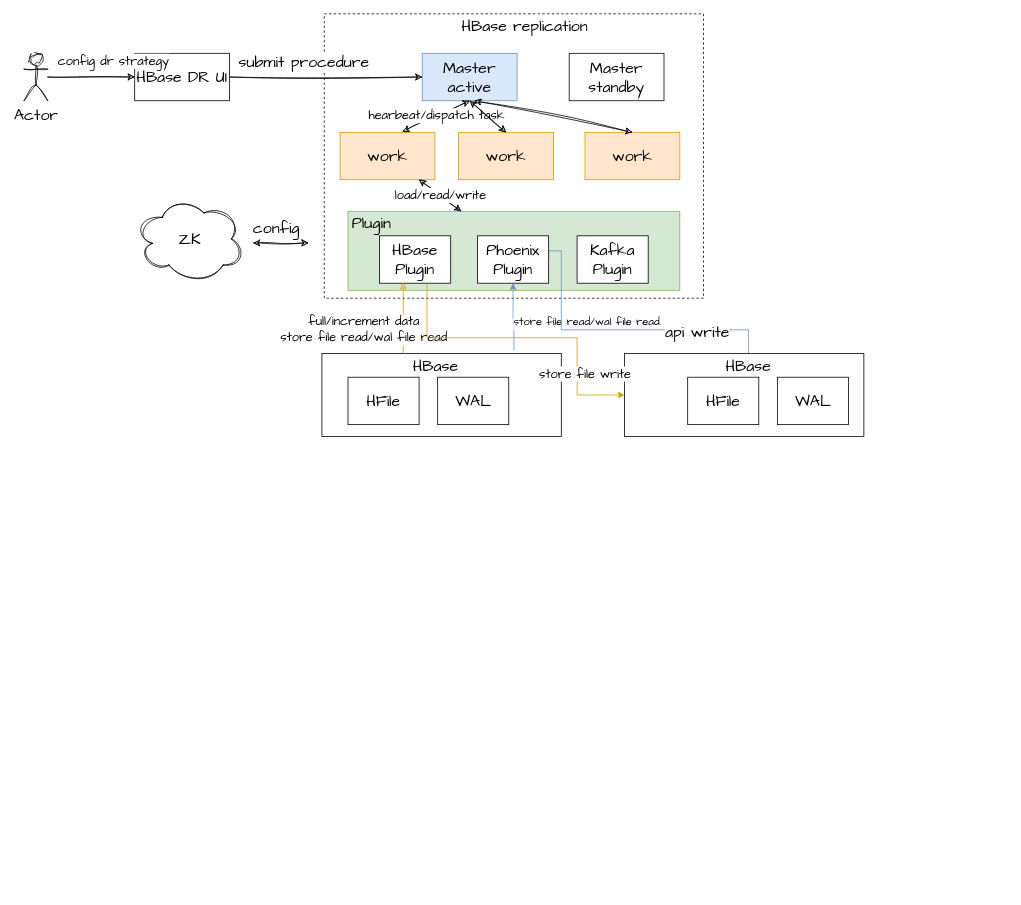
qiufang1314/drawio keeps this draw.io diagram as techlab/hbase dr.drawio. Above is the earlier version. Source tidied: cells renumbered, new cells numbered last; positions are measured from the earlier drawing's top-left corner, leaving out a move shared by most shapes. Both pictures are drawn from the tidied source at 79%, with x=0, y=0 at pixel (24, 13).
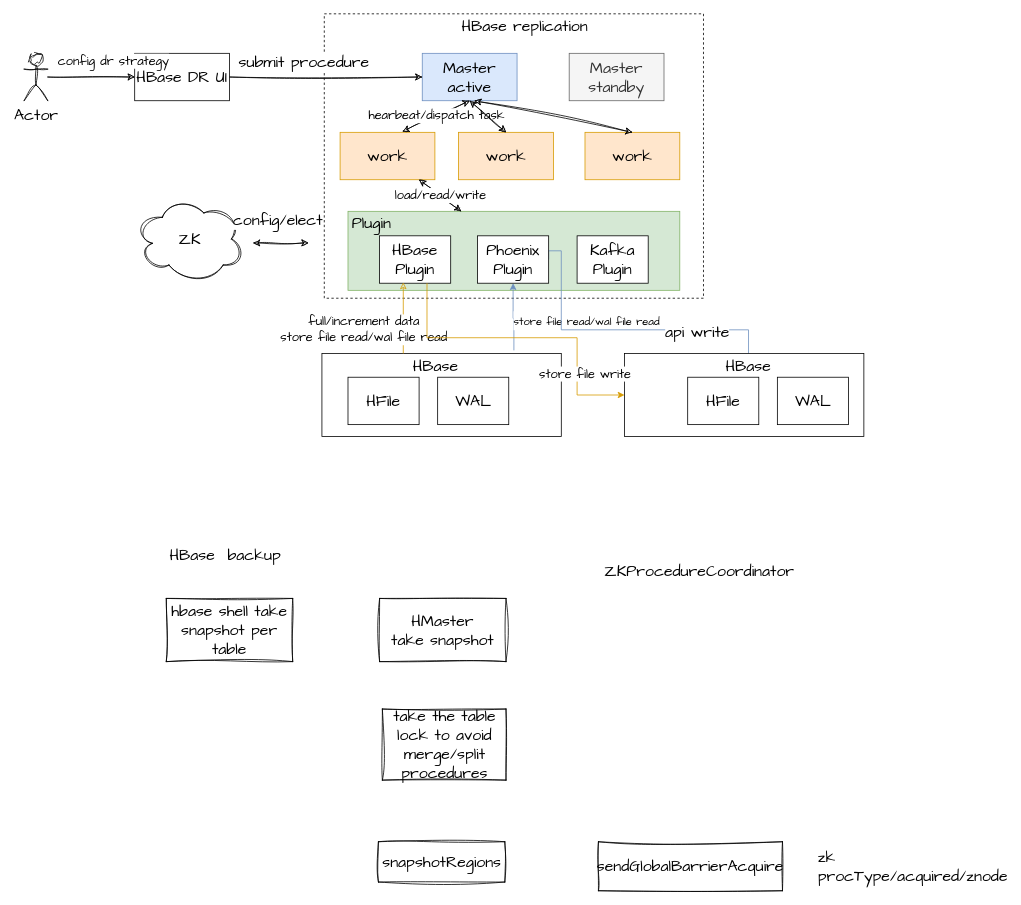
The same page after the edit.

Unchanged cells that the change refers to:
```xml
<mxCell id="24" style="endArrow=classic;startArrow=classic;html=1;rounded=0;sketch=1;hachureGap=4;jiggle=2;curveFitting=1;fontFamily=Architects Daughter;fontSize=16;" parent="1" edge="1">
  <mxGeometry relative="1" as="geometry">
    <mxPoint x="290" y="290" as="sourcePoint" />
    <mxPoint x="360" y="290" as="targetPoint" />
  </mxGeometry>
</mxCell>
```

What changed in the source:
```diff
@@
-    <mxCell id="4" value="Master standby" style="rounded=0;whiteSpace=wrap;html=1;hachureGap=4;fontFamily=Architects Daughter;fontSize=20;" parent="1" vertex="1">
+    <mxCell id="4" value="Master standby" style="rounded=0;whiteSpace=wrap;html=1;hachureGap=4;fontFamily=Architects Daughter;fontSize=20;fillColor=#f5f5f5;fontColor=#333333;strokeColor=#666666;" parent="1" vertex="1">
       <mxGeometry x="690" y="50" width="120" height="60" as="geometry" />
     </mxCell>
@@
-    <mxCell id="25" value="config" style="edgeLabel;html=1;align=center;verticalAlign=middle;fontSize=20;fontFamily=Architects Daughter;" parent="24" vertex="1">
+    <mxCell id="25" value="config/elect" style="edgeLabel;html=1;align=center;verticalAlign=middle;fontSize=20;fontFamily=Architects Daughter;" parent="24" vertex="1">
       <mxGeometry x="-0.09" y="-3" relative="1" as="geometry">
-        <mxPoint x="-4" y="-23" as="offset" />
+        <mxPoint x="-2" y="-33" as="offset" />
       </mxGeometry>
     </mxCell>
@@
+    <mxCell id="40" value="hbase shell take snapshot per table" style="rounded=0;whiteSpace=wrap;html=1;sketch=1;hachureGap=4;jiggle=2;curveFitting=1;fontFamily=Architects Daughter;fontSize=20;" parent="1" vertex="1">
+      <mxGeometry x="180" y="740" width="160" height="80" as="geometry" />
+    </mxCell>
+    <mxCell id="41" value="HMaster&lt;br&gt;take snapshot" style="rounded=0;whiteSpace=wrap;html=1;sketch=1;hachureGap=4;jiggle=2;curveFitting=1;fontFamily=Architects Daughter;fontSize=20;" parent="1" vertex="1">
+      <mxGeometry x="450" y="740" width="160" height="80" as="geometry" />
+    </mxCell>
+    <mxCell id="42" value="take the table lock to avoid merge/split procedures" style="rounded=0;whiteSpace=wrap;html=1;sketch=1;hachureGap=4;jiggle=2;curveFitting=1;fontFamily=Architects Daughter;fontSize=20;" parent="1" vertex="1">
+      <mxGeometry x="453.5" y="880" width="156.5" height="90" as="geometry" />
+    </mxCell>
+    <mxCell id="43" value="HBase &amp;nbsp;backup" style="text;html=1;strokeColor=none;fillColor=none;align=center;verticalAlign=middle;whiteSpace=wrap;rounded=0;fontSize=20;fontFamily=Architects Daughter;" parent="1" vertex="1">
+      <mxGeometry x="180" y="670" width="150" height="30" as="geometry" />
+    </mxCell>
+    <mxCell id="44" value="snapshotRegions" style="rounded=0;whiteSpace=wrap;html=1;sketch=1;hachureGap=4;jiggle=2;curveFitting=1;fontFamily=Architects Daughter;fontSize=20;" parent="1" vertex="1">
+      <mxGeometry x="448.5" y="1048" width="160" height="51" as="geometry" />
+    </mxCell>
+    <mxCell id="45" value="sendGlobalBarrierAcquire" style="rounded=0;whiteSpace=wrap;html=1;sketch=1;hachureGap=4;jiggle=2;curveFitting=1;fontFamily=Architects Daughter;fontSize=20;" parent="1" vertex="1">
+      <mxGeometry x="727" y="1048" width="233" height="62" as="geometry" />
+    </mxCell>
+    <mxCell id="46" value="ZKProcedureCoordinator" style="text;html=1;strokeColor=none;fillColor=none;align=center;verticalAlign=middle;whiteSpace=wrap;rounded=0;fontSize=20;fontFamily=Architects Daughter;" parent="1" vertex="1">
+      <mxGeometry x="780" y="690" width="150" height="30" as="geometry" />
+    </mxCell>
+    <mxCell id="47" value="zk&lt;br&gt;procType/acquired/znode" style="text;html=1;strokeColor=none;fillColor=none;align=left;verticalAlign=middle;whiteSpace=wrap;rounded=0;fontSize=20;fontFamily=Architects Daughter;" parent="1" vertex="1">
+      <mxGeometry x="1003" y="1064" width="60" height="30" as="geometry" />
+    </mxCell>
```
